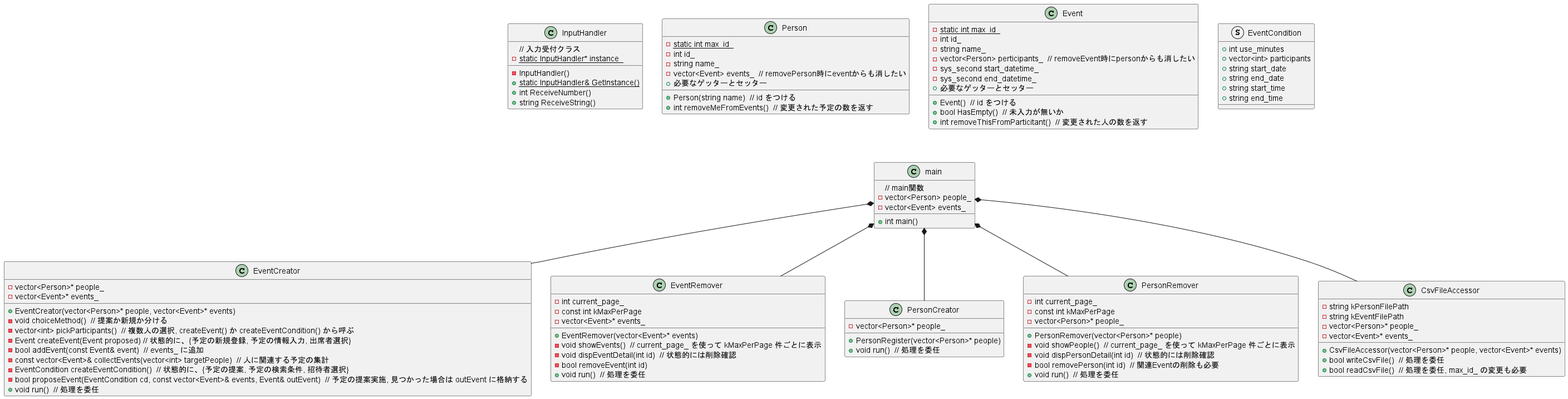
The PlantUML diagram class.png in kimura-y-digi/tutor_schedule_adjuster, before a commit.
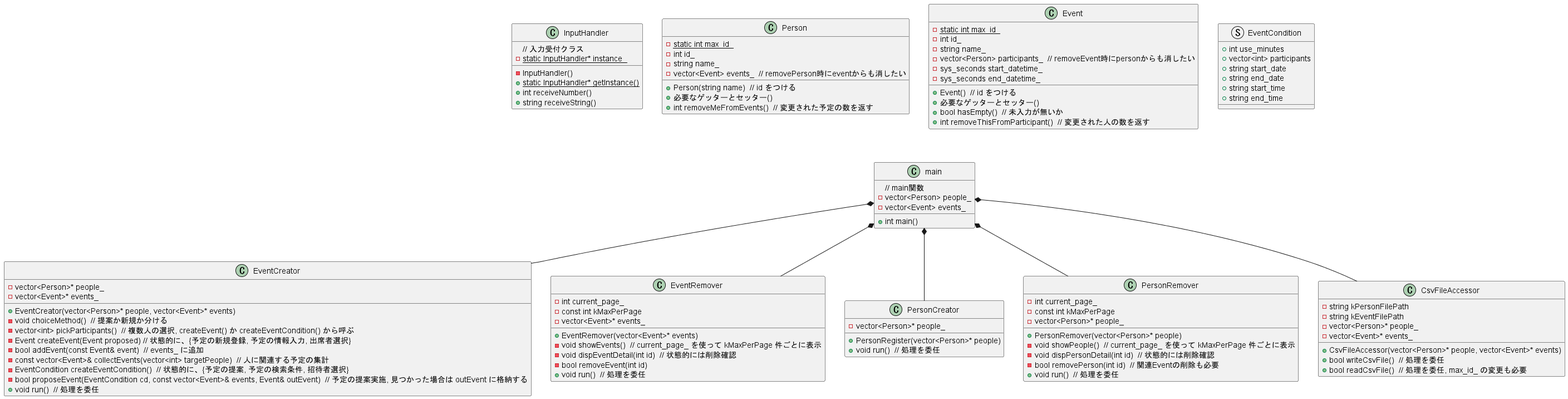
After the change.

What changed in the source:
```diff
@@ -11,9 +11,9 @@
     // 入力受付クラス
     - {static} static InputHandler* instance_
     - InputHandler()
-    + {static} static InputHandler& GetInstance()
-    + int ReceiveNumber()
-    + string ReceiveString()
+    + {static} static InputHandler* getInstance()
+    + int receiveNumber()
+    + string receiveString()
 }
 
 class Person {
@@ -22,7 +22,7 @@
     - string name_
     - vector<Event> events_  // removePerson時にeventからも消したい
     + Person(string name)  // id をつける
-    + 必要なゲッターとセッター
+    + 必要なゲッターとセッター()
     + int removeMeFromEvents()  // 変更された予定の数を返す
 }
 
@@ -30,13 +30,13 @@
     - {static} static int max_id_
     - int id_
     - string name_
-    - vector<Person> perticipants_  // removeEvent時にpersonからも消したい
-    - sys_second start_datetime_
-    - sys_second end_datetime_
+    - vector<Person> participants_  // removeEvent時にpersonからも消したい
+    - sys_seconds start_datetime_
+    - sys_seconds end_datetime_
     + Event()  // id をつける
-    + 必要なゲッターとセッター
-    + bool HasEmpty()  // 未入力が無いか
-    + int removeThisFromParticitant()  // 変更された人の数を返す
+    + 必要なゲッターとセッター()
+    + bool hasEmpty()  // 未入力が無いか
+    + int removeThisFromParticipant()  // 変更された人の数を返す
 }
 
 struct EventCondition {
```
